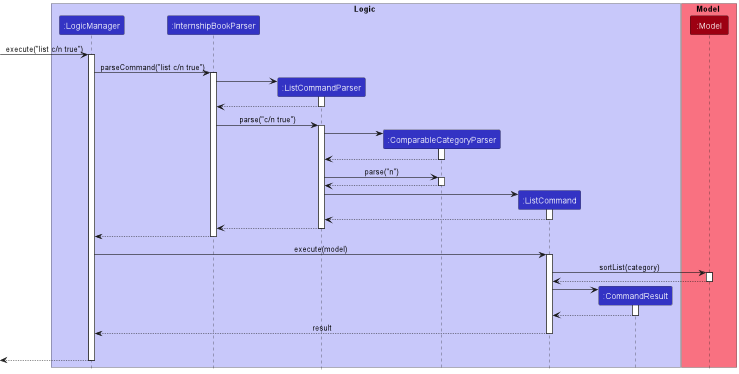
This is docs/images/ListSequenceDiagram.png from nus-cs2103-AY2223S1/tp, a PlantUML export, as it was before one commit.
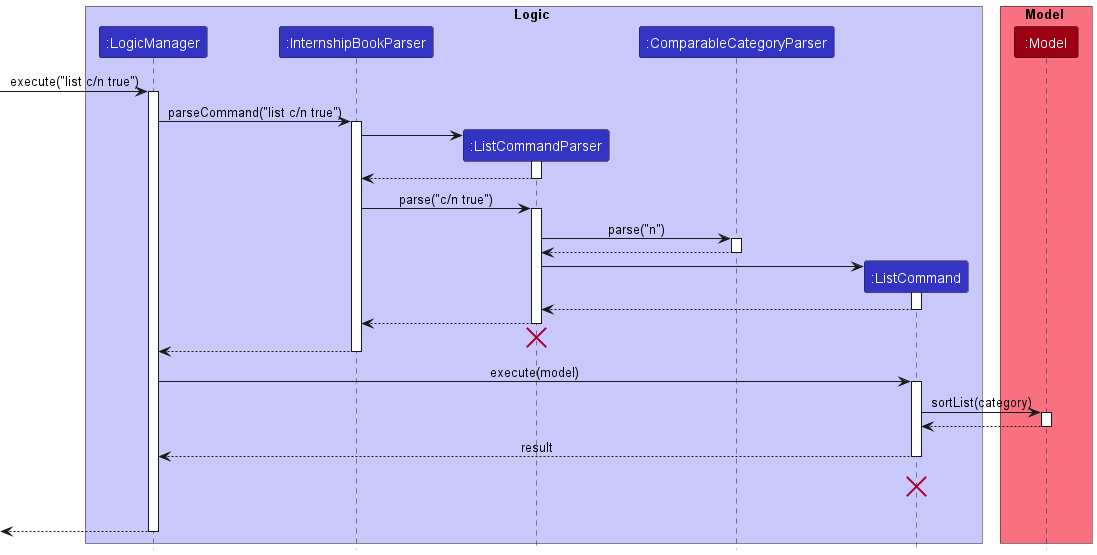
After the change.

Diff of the diagram source:
```diff
@@ -7,7 +7,6 @@
 participant ":ListCommandParser" as ListCommandParser LOGIC_COLOR
 participant ":ComparableCategoryParser" as ComparableCategoryParser LOGIC_COLOR
 participant ":ListCommand" as ListCommand LOGIC_COLOR
-participant ":CommandResult" as CommandResult LOGIC_COLOR
 end box
 
 box Model MODEL_COLOR_T1
@@ -30,13 +29,6 @@
 InternshipBookParser -> ListCommandParser : parse("c/n true")
 activate ListCommandParser
 
-create ComparableCategoryParser
-ListCommandParser -> ComparableCategoryParser
-activate ComparableCategoryParser
-
-ComparableCategoryParser --> ListCommandParser
-deactivate ComparableCategoryParser
-
 ListCommandParser -> ComparableCategoryParser : parse("n")
 activate ComparableCategoryParser
 
@@ -52,6 +44,8 @@
 
 ListCommandParser --> InternshipBookParser
 deactivate ListCommandParser
+ListCommandParser -[hidden]-> InternshipBookParser
+destroy ListCommandParser
 
 InternshipBookParser --> LogicManager :
 deactivate InternshipBookParser
@@ -65,15 +59,10 @@
 Model --> ListCommand
 deactivate Model
 
-create CommandResult
-ListCommand -> CommandResult
-activate CommandResult
-
-CommandResult --> ListCommand
-deactivate CommandResult
-
 ListCommand --> LogicManager : result
 deactivate ListCommand
+ListCommand -[hidden]-> LogicManager : result
+destroy ListCommand
 
 ListCommand -[hidden]-> LogicManager : result
 
```
